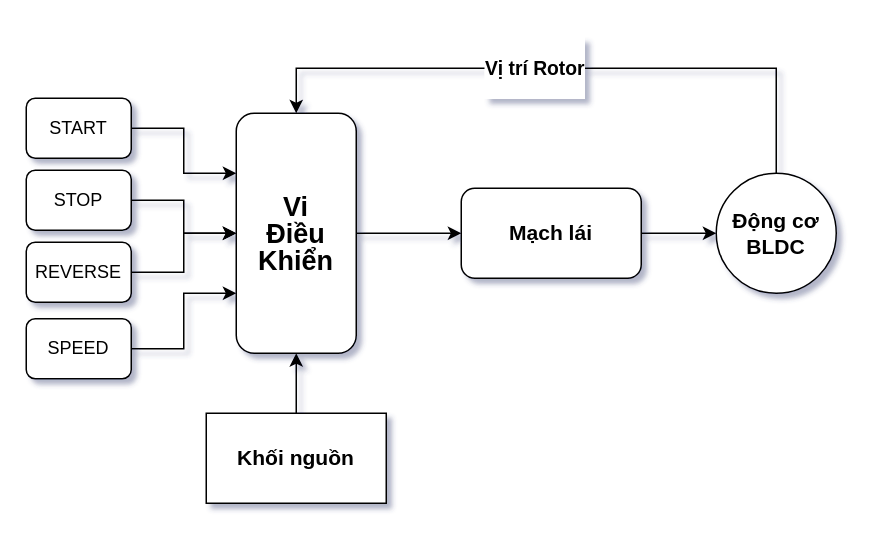
Before: Schematic_TTTN.drawio in ducphan2003/demo, a draw.io diagram. Source tidied: cells renumbered, new cells numbered last; positions are measured from the earlier drawing's top-left corner, leaving out a move shared by most shapes. Both pictures are drawn from the tidied source at 150%, with x=0, y=0 at pixel (26, 68).
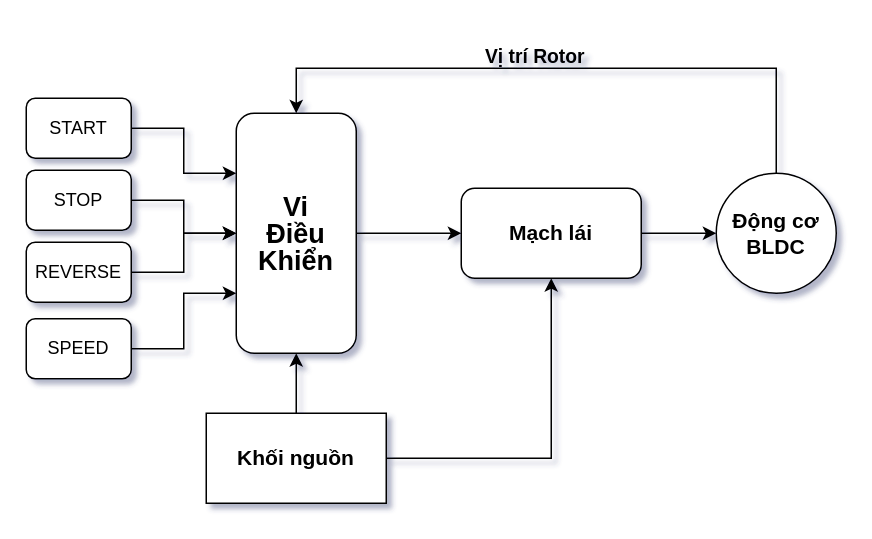
The same diagram, later.

Unchanged cells that the change refers to:
```xml
<mxCell id="3" value="&lt;h2 style=&quot;line-height: 1&quot;&gt;Vi&lt;br&gt;Điều&lt;br&gt;Khiển&lt;/h2&gt;" style="rounded=1;whiteSpace=wrap;html=1;" parent="1" vertex="1">
  <mxGeometry x="140" y="30" width="80" height="160" as="geometry" />
</mxCell>
<mxCell id="5" value="&lt;h3&gt;Mạch lái&lt;/h3&gt;" style="rounded=1;whiteSpace=wrap;html=1;" parent="1" vertex="1">
  <mxGeometry x="290" y="80" width="120" height="60" as="geometry" />
</mxCell>
<mxCell id="7" value="&lt;h3&gt;Động cơ&lt;br&gt;BLDC&lt;/h3&gt;" style="ellipse;whiteSpace=wrap;html=1;" parent="1" vertex="1">
  <mxGeometry x="460" y="70" width="80" height="80" as="geometry" />
</mxCell>
<mxCell id="9" value="&lt;h3&gt;Khối nguồn&lt;/h3&gt;" style="rounded=0;whiteSpace=wrap;html=1;" parent="1" vertex="1">
  <mxGeometry x="120" y="230" width="120" height="60" as="geometry" />
</mxCell>
```

Change to the diagram source:
```diff
@@
-    <mxCell id="6" value="&lt;h3&gt;Vị trí Rotor&lt;/h3&gt;" style="edgeStyle=orthogonalEdgeStyle;jettySize=auto;html=1;exitX=0.5;exitY=0;exitDx=0;exitDy=0;entryX=0.5;entryY=0;entryDx=0;entryDy=0;jumpStyle=none;rounded=0;" parent="1" edge="1" source="7" target="3">
-      <mxGeometry x="0.1" relative="1" as="geometry">
+    <mxCell id="6" value="&lt;h3&gt;Vị trí Rotor&lt;/h3&gt;" style="edgeStyle=orthogonalEdgeStyle;jettySize=auto;html=1;exitX=0.5;exitY=0;exitDx=0;exitDy=0;entryX=0.5;entryY=0;entryDx=0;entryDy=0;jumpStyle=none;rounded=0;labelBackgroundColor=none;" parent="1" edge="1" source="7" target="3">
+      <mxGeometry x="0.1" y="-8" relative="1" as="geometry">
         <Array as="points">
           <mxPoint x="500" />
           <mxPoint x="180" />
         </Array>
       </mxGeometry>
     </mxCell>
@@
+    <mxCell id="18" style="edgeStyle=orthogonalEdgeStyle;rounded=0;jumpStyle=none;jettySize=auto;html=1;exitX=1;exitY=0.5;exitDx=0;exitDy=0;entryX=0.5;entryY=1;entryDx=0;entryDy=0;labelBackgroundColor=none;" parent="1" edge="1" source="9" target="5">
+      <mxGeometry relative="1" as="geometry" />
+    </mxCell>
```
